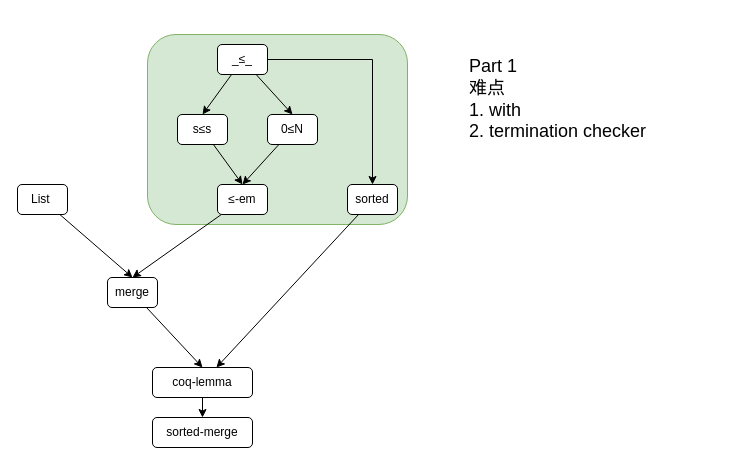
lengyijun/MergeSort keeps this draw.io diagram as slide/part1.drawio. Above is the earlier version. Source tidied: cells renumbered, new cells numbered last; positions are measured from the earlier drawing's top-left corner, leaving out a move shared by most shapes. Both pictures are drawn from the tidied source at 100%, with x=0, y=0 at pixel (17, 17).
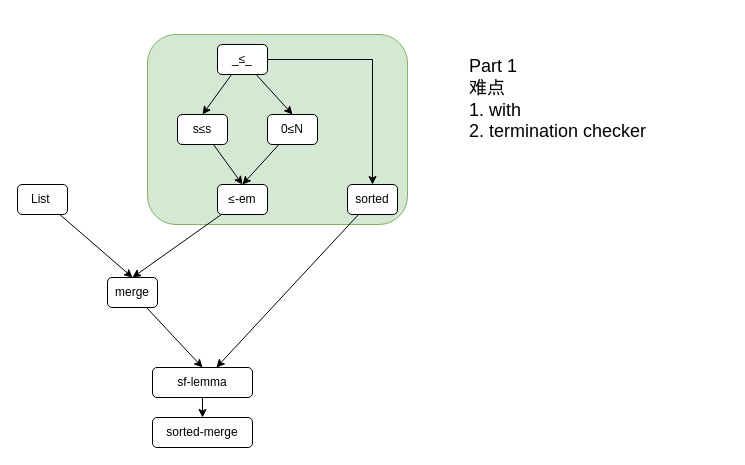
The same page after the edit.

What changed in the source:
```diff
@@
-    <mxCell id="20" value="coq-lemma" style="rounded=1;whiteSpace=wrap;html=1;" parent="1" vertex="1">
+    <mxCell id="20" value="sf-lemma" style="rounded=1;whiteSpace=wrap;html=1;" parent="1" vertex="1">
       <mxGeometry x="135" y="350" width="100" height="30" as="geometry" />
     </mxCell>
```
